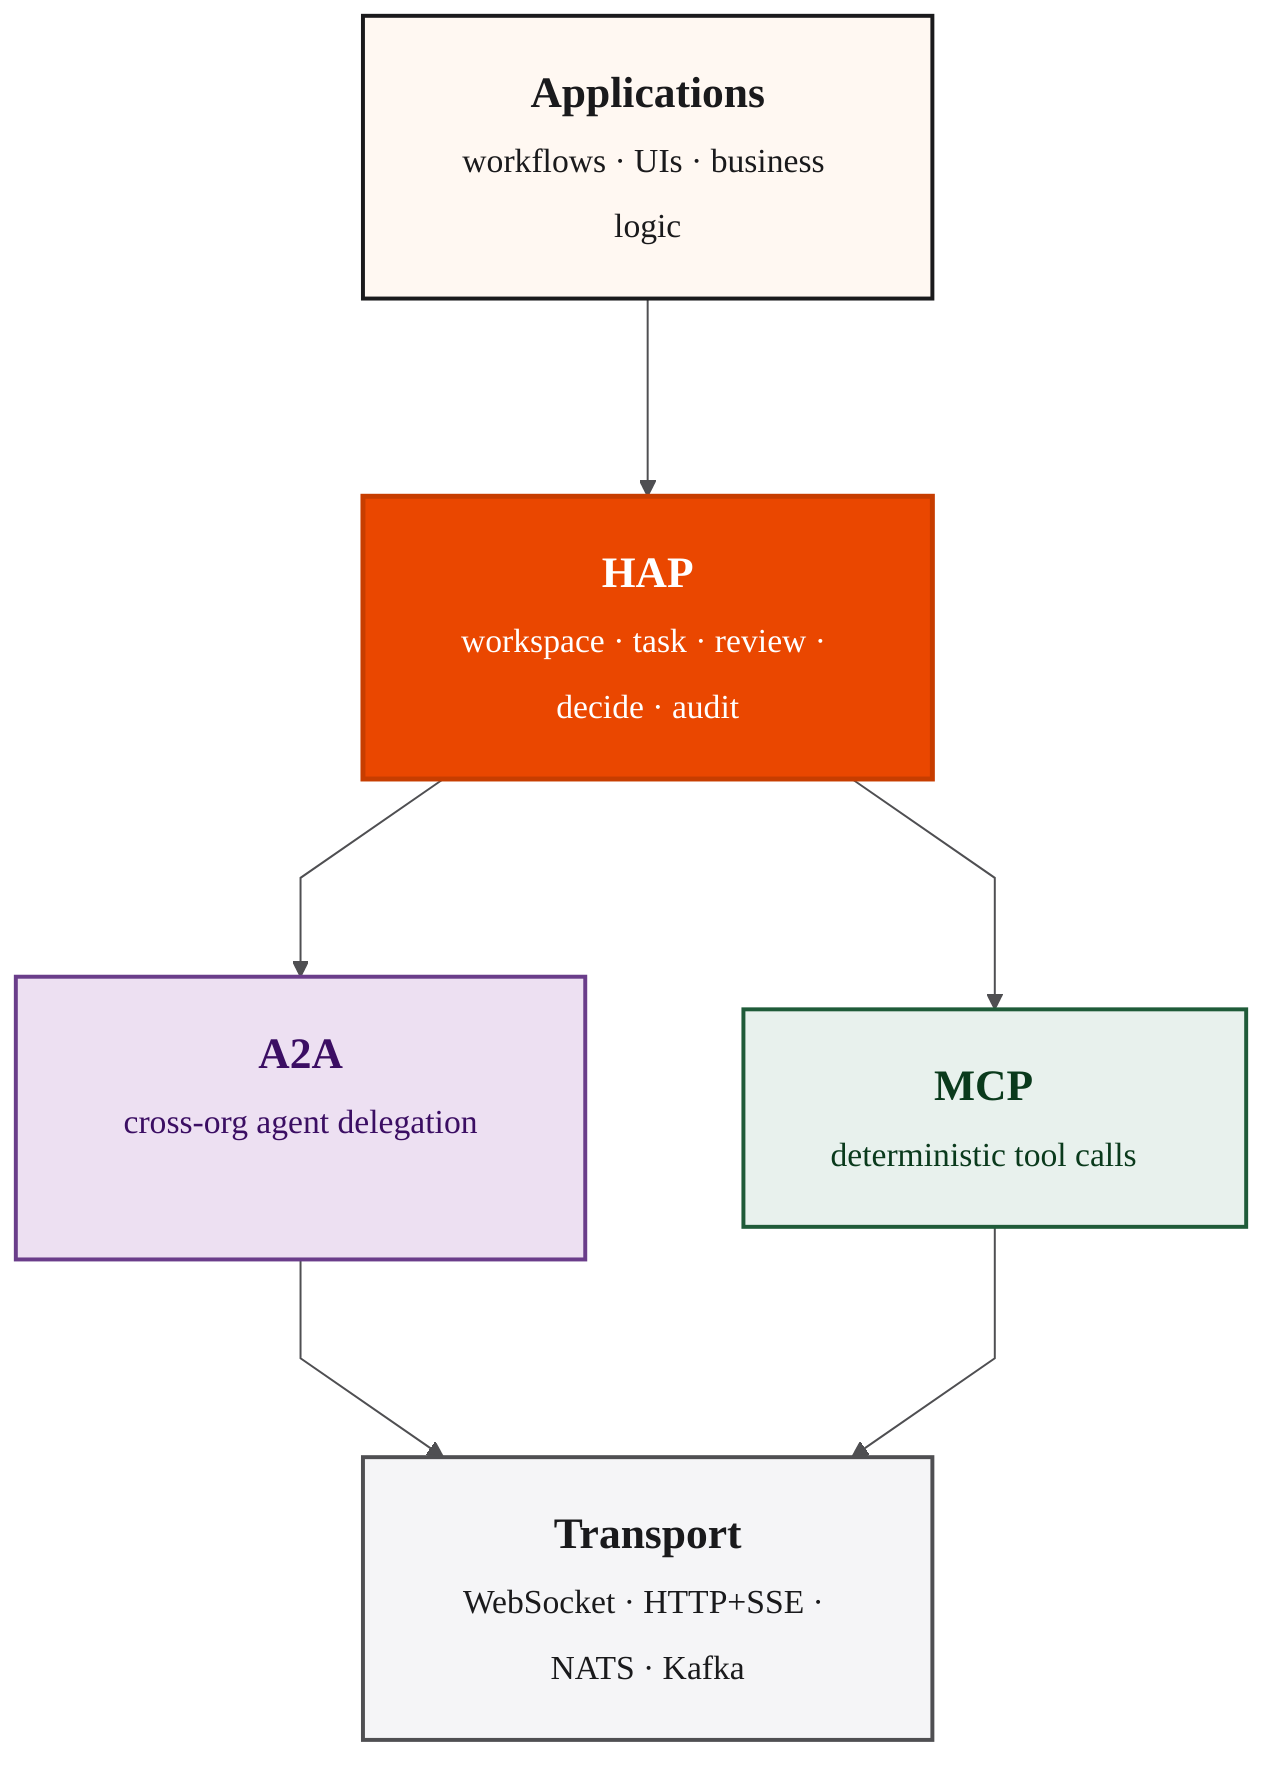
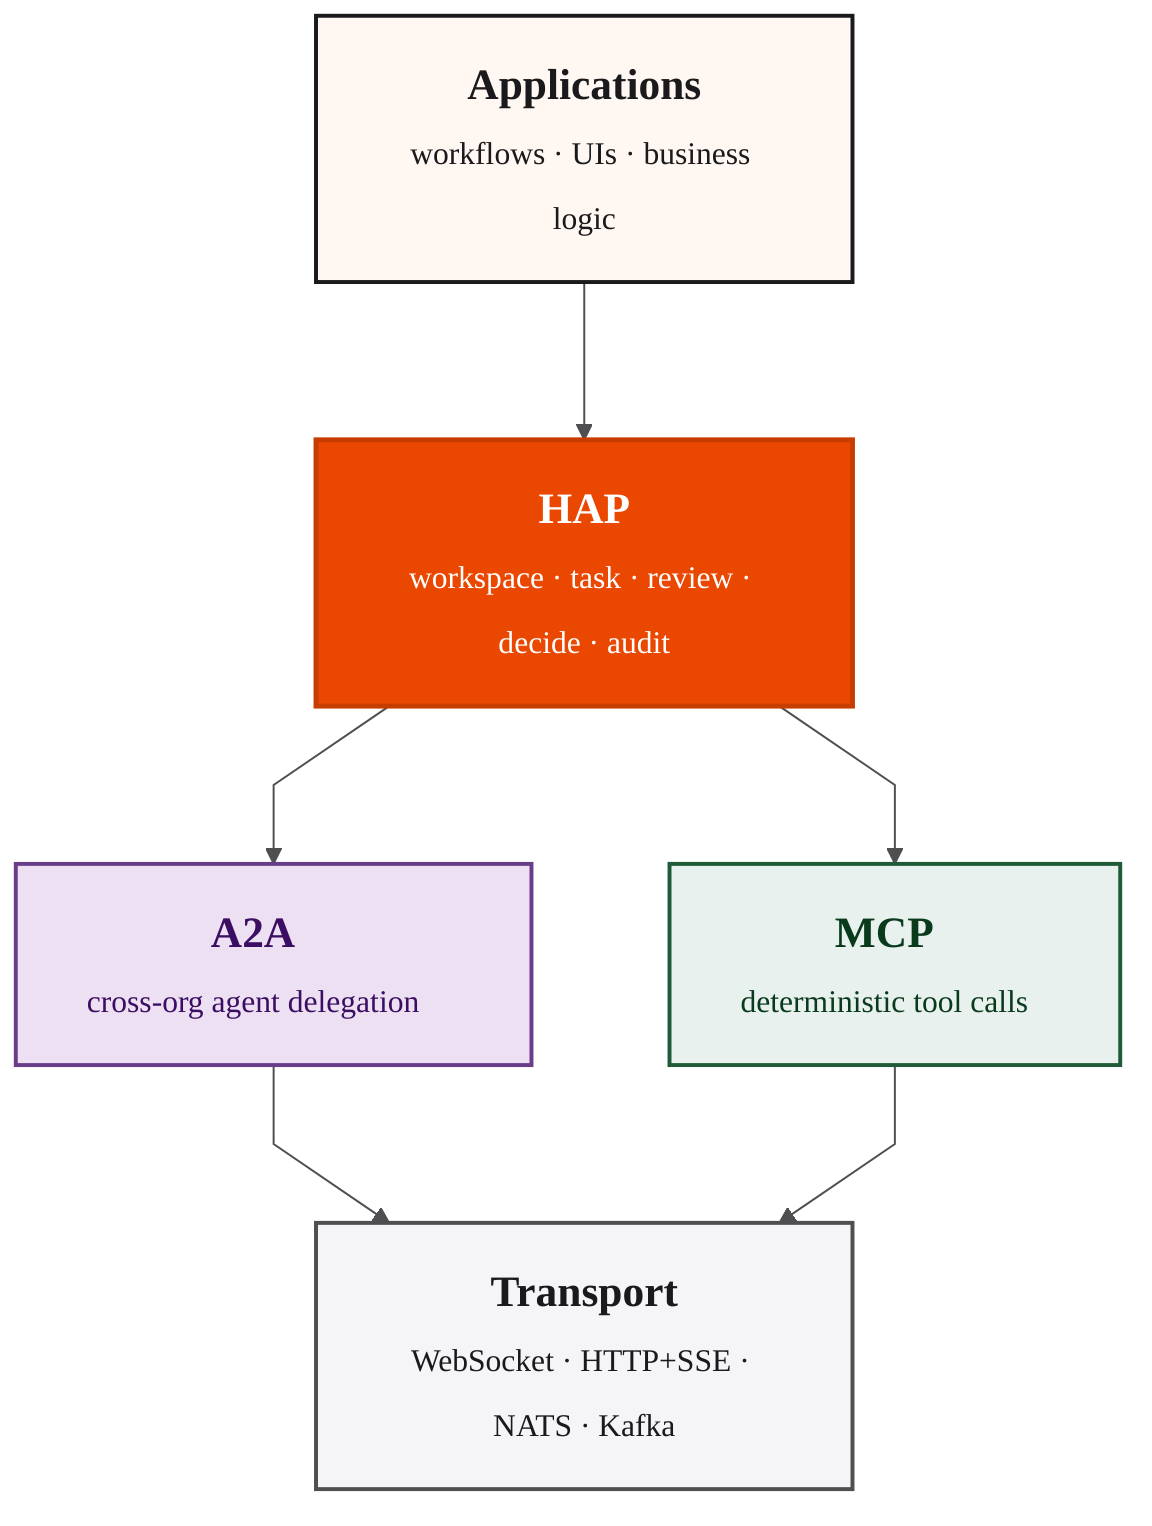
%%{init: {
  "theme": "base",
  "themeVariables": {
    "fontSize": "22px",
    "fontFamily": "Arial, Helvetica, sans-serif",
    "primaryColor": "#ffffff",
    "primaryTextColor": "#1a1a1c",
    "primaryBorderColor": "#1a1a1c",
    "lineColor": "#4f4f52"
  },
-   "flowchart": { "curve": "linear", "nodeSpacing": 80, "rankSpacing": 100, "padding": 22 }
+   "flowchart": { "curve": "linear", "nodeSpacing": 70, "rankSpacing": 80, "padding": 18 }
}}%%
flowchart TB
-     Apps["<b>Applications</b><br/><span style='font-size:17px;color:#4f4f52'>workflows · UIs · business logic</span>"]
-     HAP["<b>HAP</b><br/><span style='font-size:17px'>workspace · task · review · decide · audit</span>"]
-     A2A["<b>A2A</b><br/><span style='font-size:17px'>cross-org agent delegation</span>"]
-     MCP["<b>MCP</b><br/><span style='font-size:17px'>deterministic tool calls</span>"]
-     Trans["<b>Transport</b><br/><span style='font-size:17px;color:#4f4f52'>WebSocket · HTTP+SSE · NATS · Kafka</span>"]
+     Apps["<b>Applications</b><br/><span style='font-size:16px;color:#4f4f52'>workflows · UIs · business logic</span>"]
+     HAP["<b>HAP</b><br/><span style='font-size:16px'>workspace · task · review · decide · audit</span>"]
+     A2A["<b>A2A</b><br/><span style='font-size:16px'>cross-org agent delegation</span>"]
+     MCP["<b>MCP</b><br/><span style='font-size:16px'>deterministic tool calls</span>"]
+     Trans["<b>Transport</b><br/><span style='font-size:16px;color:#4f4f52'>WebSocket · HTTP+SSE · NATS · Kafka</span>"]

    Apps --> HAP
    HAP  --> A2A
    HAP  --> MCP
    A2A  --> Trans
    MCP  --> Trans

    classDef app   fill:#FFF8F2,stroke:#1a1a1c,color:#1a1a1c,stroke-width:2px
    classDef hap   fill:#EA4700,stroke:#C73D00,color:#ffffff,stroke-width:2.5px
    classDef a2a   fill:#EDE0F2,stroke:#6a3d8a,color:#3b0e63,stroke-width:2px
    classDef mcp   fill:#E8F1ED,stroke:#1f5b39,color:#0a3a1c,stroke-width:2px
    classDef trans fill:#f5f5f7,stroke:#4f4f52,color:#1a1a1c,stroke-width:2px

    class Apps app
    class HAP hap
    class A2A a2a
    class MCP mcp
    class Trans trans
